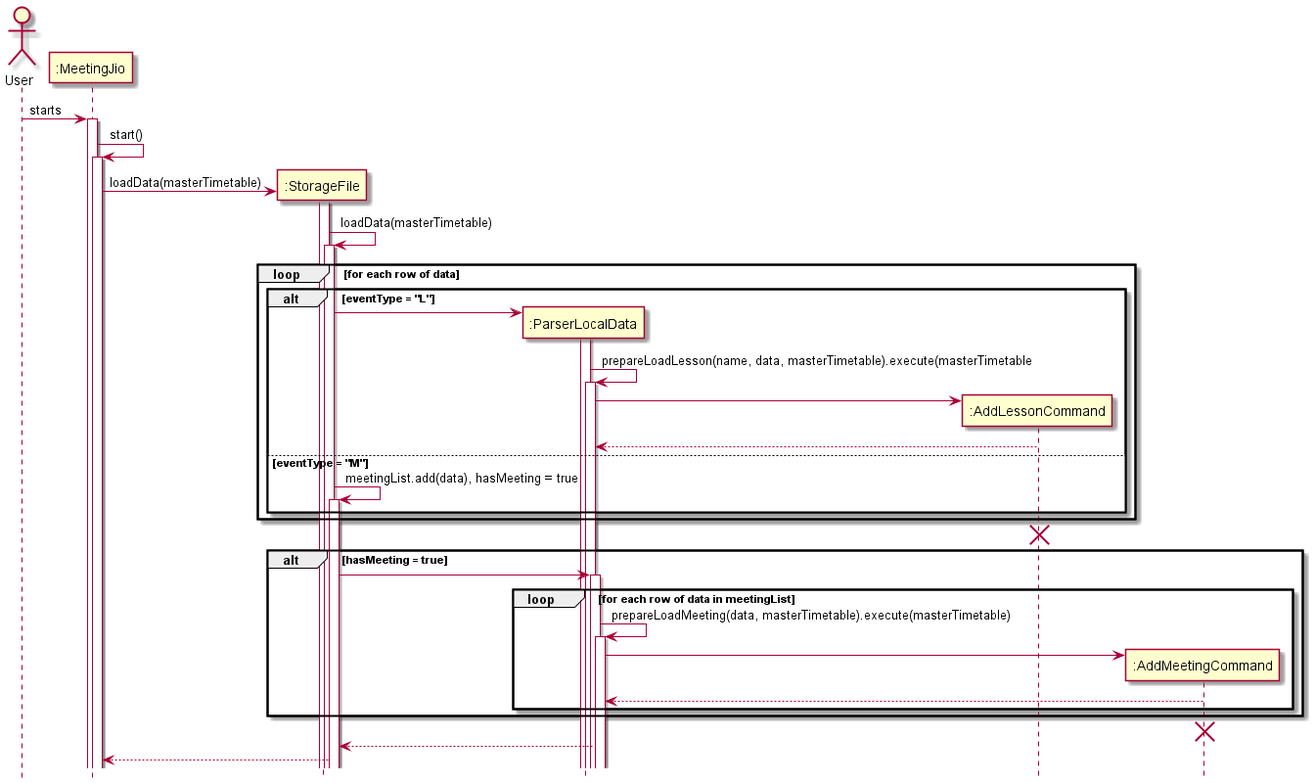
Above: docs/images/LoadSequenceDiagram.png in nus-cs2113-AY2122S2/tp (PlantUML), before the change. Its diagram source:
```plantuml
@startuml

hide footbox
actor User

User -> ":MeetingJio" ++: starts
":MeetingJio" -> ":MeetingJio" ++:start()
create ":StorageFile"
":MeetingJio" -> ":StorageFile" ++: loadData(masterTimetable)
":StorageFile" -> ":StorageFile" ++: loadData(masterTimetable)
create ":ParserLocalData"
loop for each row of data
alt eventType = "L"
":StorageFile" -> ":ParserLocalData" ++:
":ParserLocalData" -> ":ParserLocalData" ++:prepareLoadLesson(name, data, masterTimetable).execute(masterTimetable
create ":AddLessonCommand"
":ParserLocalData" -> ":AddLessonCommand"
":AddLessonCommand" --> ":ParserLocalData"
deactivate ":AddLessonCommand"
else eventType = "M"
":StorageFile" -> ":StorageFile" ++: meetingList.add(data), hasMeeting = true
end
end
destroy ":AddLessonCommand"
alt hasMeeting = true
":StorageFile" -> ":ParserLocalData" ++:
loop for each row of data in meetingList
":ParserLocalData" -> ":ParserLocalData" ++:prepareLoadMeeting(data, masterTimetable).execute(masterTimetable)
create ":AddMeetingCommand"
":ParserLocalData" -> ":AddMeetingCommand"
":AddMeetingCommand" --> ":ParserLocalData"
deactivate ":AddMeetingCommand"
end
end
destroy ":AddMeetingCommand"

":ParserLocalData" --> ":StorageFile"
":StorageFile" --> ":MeetingJio"
@enduml
```
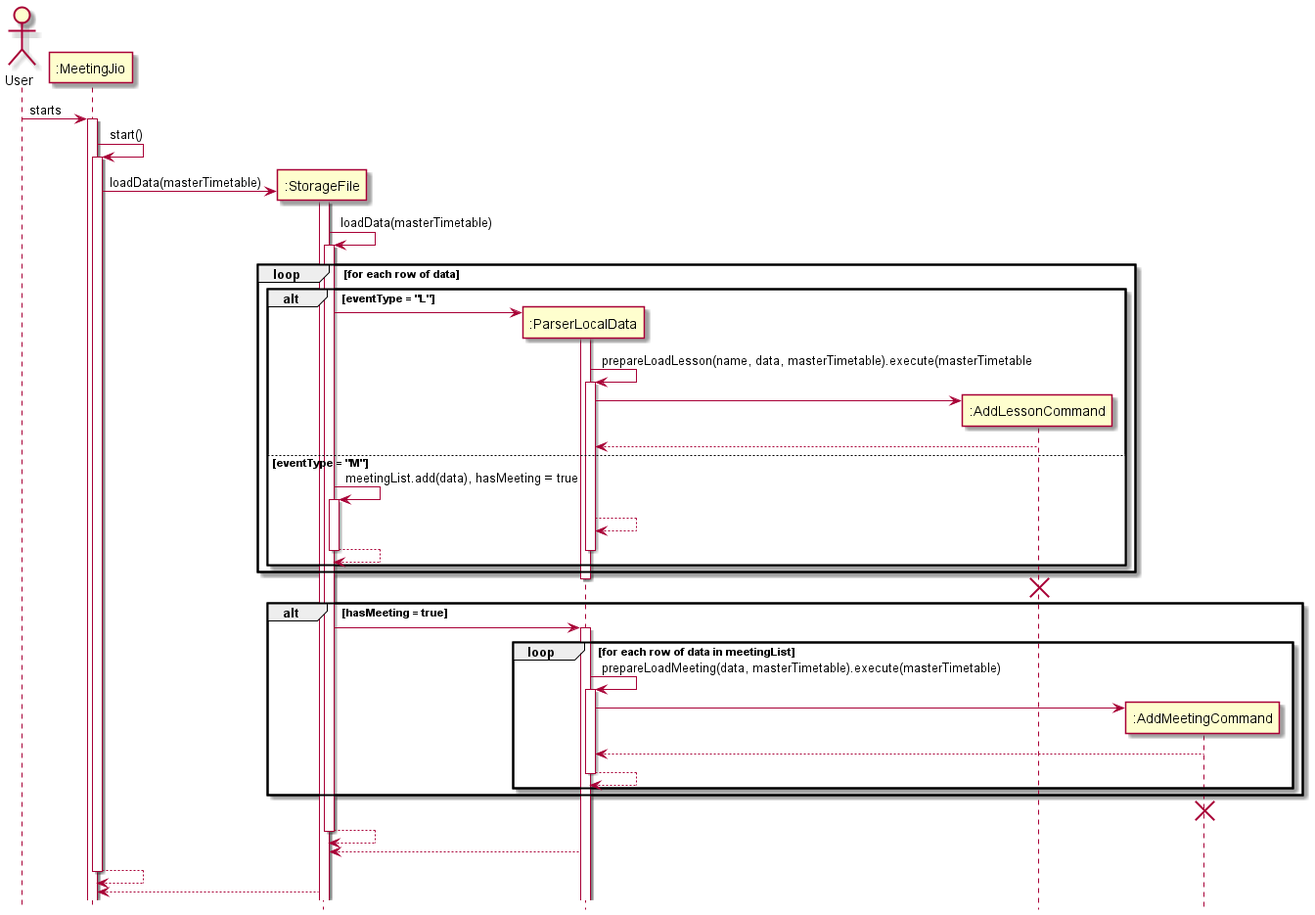
The same file after the commit.

Commit message:
Edit load and save sequence diagram

What changed in the source:
```diff
@@ -19,8 +19,13 @@
 deactivate ":AddLessonCommand"
 else eventType = "M"
 ":StorageFile" -> ":StorageFile" ++: meetingList.add(data), hasMeeting = true
+":ParserLocalData" --> ":ParserLocalData"
+":StorageFile" --> ":StorageFile"
+deactivate ":StorageFile"
+deactivate ":ParserLocalData"
 end
 end
+deactivate ":ParserLocalData"
 destroy ":AddLessonCommand"
 alt hasMeeting = true
 ":StorageFile" -> ":ParserLocalData" ++:
@@ -30,10 +35,15 @@
 ":ParserLocalData" -> ":AddMeetingCommand"
 ":AddMeetingCommand" --> ":ParserLocalData"
 deactivate ":AddMeetingCommand"
+":ParserLocalData" --> ":ParserLocalData"
+deactivate ":ParserLocalData"
 end
 end
 destroy ":AddMeetingCommand"
-
+":StorageFile" --> ":StorageFile"
+deactivate ":StorageFile"
 ":ParserLocalData" --> ":StorageFile"
+":MeetingJio" --> ":MeetingJio"
+deactivate ":MeetingJio"
 ":StorageFile" --> ":MeetingJio"
 @enduml
```
